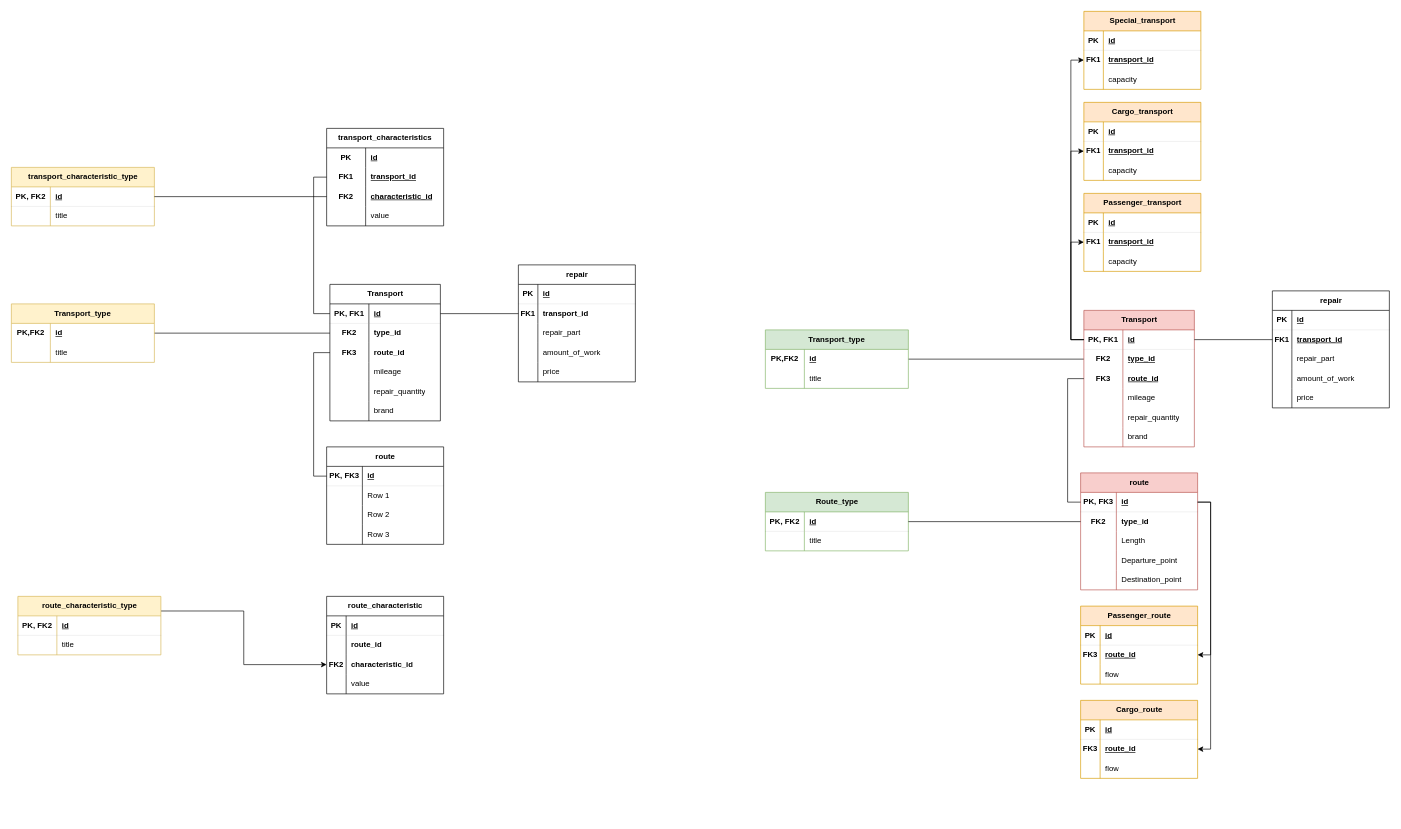
Before: Schemas/Диаграмма без названия.drawio in ParrotDox/BD, a draw.io diagram. Source tidied: cells renumbered, new cells numbered last; positions are measured from the earlier drawing's top-left corner, leaving out a move shared by most shapes. Both pictures are drawn from the tidied source at 65%, with x=0, y=0 at pixel (11, 11).
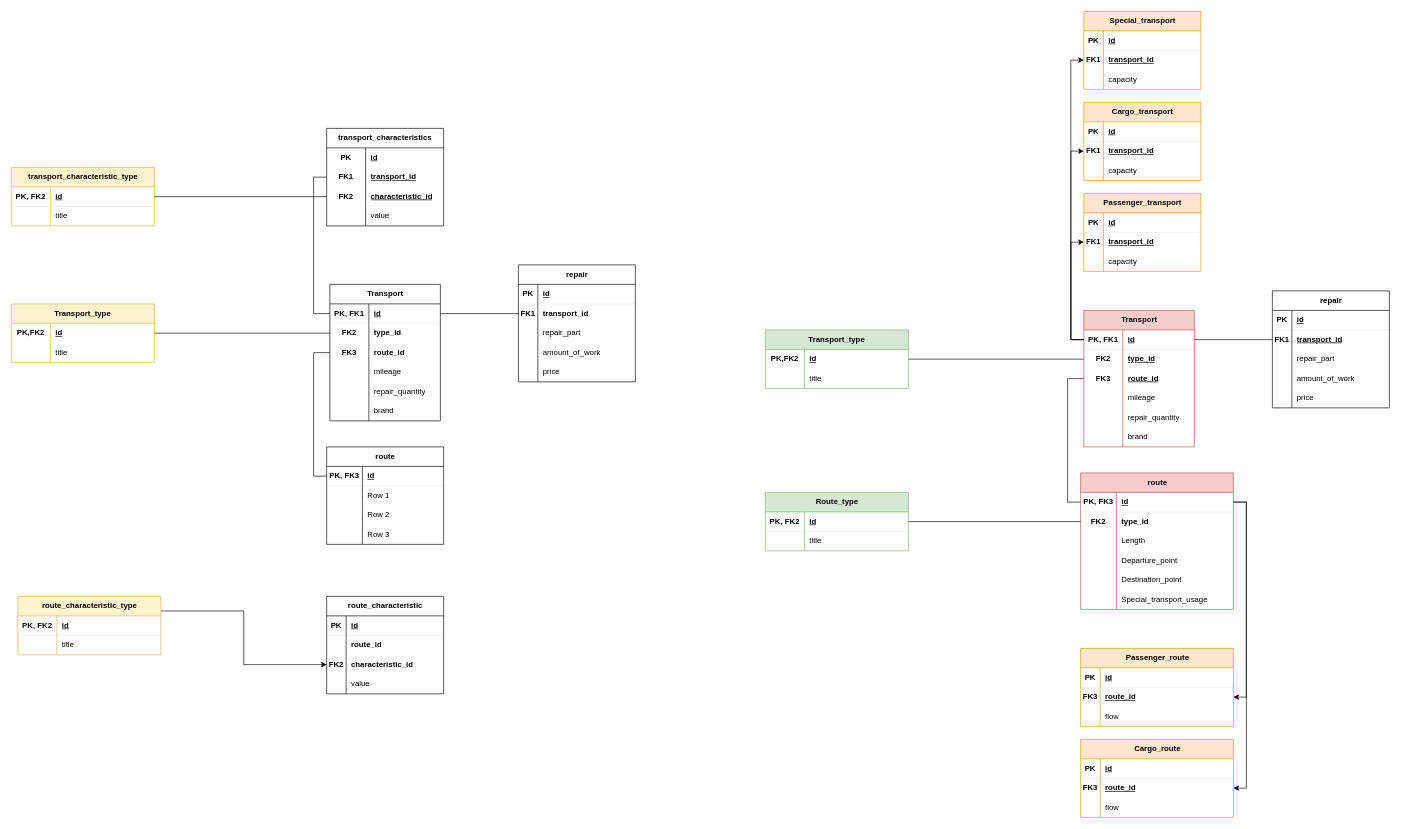
The same page after the edit.

Change to the diagram source:
```diff
@@
     <mxCell id="153" value="route" style="shape=table;startSize=30;childLayout=tableLayout;rowLines=0;fontStyle=1;align=center;html=1;fillColor=#f8cecc;strokeColor=#b85450;" parent="1" vertex="1">
-      <mxGeometry x="1645" y="710" width="180" height="180" as="geometry" />
+      <mxGeometry x="1645" y="710" width="235" height="210" as="geometry" />
     </mxCell>
     <mxCell id="154" style="shape=tableRow;horizontal=0;startSize=0;swimlaneHead=0;swimlaneBody=0;fillColor=none;points=[[0,0.5],[1,0.5]];portConstraint=eastwest;top=0;left=0;right=0;bottom=1;strokeWidth=0;" parent="153" vertex="1">
-      <mxGeometry y="30" width="180" height="30" as="geometry" />
+      <mxGeometry y="30" width="235" height="30" as="geometry" />
     </mxCell>
@@
     <mxCell id="156" value="id" style="shape=partialRectangle;fillColor=none;top=0;left=0;bottom=0;right=0;align=left;spacingLeft=6;fontStyle=5;overflow=hidden;whiteSpace=wrap;html=1;" parent="154" vertex="1">
-      <mxGeometry x="55" width="125" height="30" as="geometry" />
+      <mxGeometry x="55" width="180" height="30" as="geometry" />
     </mxCell>
     <mxCell id="157" style="shape=tableRow;horizontal=0;startSize=0;swimlaneHead=0;swimlaneBody=0;fillColor=none;points=[[0,0.5],[1,0.5]];portConstraint=eastwest;top=0;left=0;right=0;bottom=0;" parent="153" vertex="1">
-      <mxGeometry y="60" width="180" height="30" as="geometry" />
+      <mxGeometry y="60" width="235" height="30" as="geometry" />
     </mxCell>
@@
     <mxCell id="159" value="&lt;b&gt;type_id&lt;/b&gt;" style="shape=partialRectangle;fillColor=none;top=0;left=0;bottom=0;right=0;align=left;spacingLeft=6;overflow=hidden;whiteSpace=wrap;html=1;" parent="157" vertex="1">
-      <mxGeometry x="55" width="125" height="30" as="geometry" />
+      <mxGeometry x="55" width="180" height="30" as="geometry" />
     </mxCell>
     <mxCell id="160" style="shape=tableRow;horizontal=0;startSize=0;swimlaneHead=0;swimlaneBody=0;fillColor=none;top=0;left=0;right=0;bottom=0;" parent="153" vertex="1">
-      <mxGeometry y="90" width="180" height="30" as="geometry" />
+      <mxGeometry y="90" width="235" height="30" as="geometry" />
     </mxCell>
@@
     <mxCell id="162" value="Length" style="shape=partialRectangle;fillColor=none;top=0;left=0;bottom=0;right=0;align=left;spacingLeft=6;overflow=hidden;whiteSpace=wrap;html=1;" parent="160" vertex="1">
-      <mxGeometry x="55" width="125" height="30" as="geometry" />
+      <mxGeometry x="55" width="180" height="30" as="geometry" />
     </mxCell>
     <mxCell id="163" style="shape=tableRow;horizontal=0;startSize=0;swimlaneHead=0;swimlaneBody=0;fillColor=none;top=0;left=0;right=0;bottom=0;" parent="153" vertex="1">
-      <mxGeometry y="120" width="180" height="30" as="geometry" />
+      <mxGeometry y="120" width="235" height="30" as="geometry" />
     </mxCell>
@@
     <mxCell id="165" value="Departure_point" style="shape=partialRectangle;fillColor=none;top=0;left=0;bottom=0;right=0;align=left;spacingLeft=6;overflow=hidden;whiteSpace=wrap;html=1;" parent="163" vertex="1">
-      <mxGeometry x="55" width="125" height="30" as="geometry" />
+      <mxGeometry x="55" width="180" height="30" as="geometry" />
     </mxCell>
     <mxCell id="166" style="shape=tableRow;horizontal=0;startSize=0;swimlaneHead=0;swimlaneBody=0;fillColor=none;top=0;left=0;right=0;bottom=0;" parent="153" vertex="1">
-      <mxGeometry y="150" width="180" height="30" as="geometry" />
+      <mxGeometry y="150" width="235" height="30" as="geometry" />
     </mxCell>
@@
     <mxCell id="168" value="Destination_point" style="shape=partialRectangle;fillColor=none;top=0;left=0;bottom=0;right=0;align=left;spacingLeft=6;overflow=hidden;whiteSpace=wrap;html=1;" parent="166" vertex="1">
-      <mxGeometry x="55" width="125" height="30" as="geometry" />
+      <mxGeometry x="55" width="180" height="30" as="geometry" />
     </mxCell>
+    <mxCell id="233" style="shape=tableRow;horizontal=0;startSize=0;swimlaneHead=0;swimlaneBody=0;fillColor=none;top=0;left=0;right=0;bottom=0;" parent="153" vertex="1">
+      <mxGeometry y="180" width="235" height="30" as="geometry" />
+    </mxCell>
+    <mxCell id="234" style="shape=partialRectangle;fillColor=none;top=0;left=0;bottom=0;right=0;overflow=hidden;whiteSpace=wrap;html=1;" parent="233" vertex="1">
+      <mxGeometry width="55" height="30" as="geometry" />
+    </mxCell>
+    <mxCell id="235" value="Special_transport_usage" style="shape=partialRectangle;fillColor=none;top=0;left=0;bottom=0;right=0;align=left;spacingLeft=6;overflow=hidden;whiteSpace=wrap;html=1;" parent="233" vertex="1">
+      <mxGeometry x="55" width="180" height="30" as="geometry" />
+    </mxCell>
@@
     <mxCell id="211" value="Passenger_route" style="shape=table;startSize=30;childLayout=tableLayout;rowLines=0;fontStyle=1;align=center;html=1;fillColor=#ffe6cc;strokeColor=#d79b00;" parent="1" vertex="1">
-      <mxGeometry x="1645" y="915" width="180" height="120" as="geometry" />
+      <mxGeometry x="1645" y="980" width="235" height="120" as="geometry" />
     </mxCell>
     <mxCell id="212" style="shape=tableRow;horizontal=0;startSize=0;swimlaneHead=0;swimlaneBody=0;fillColor=none;top=0;left=0;right=0;bottom=1;strokeWidth=0;" parent="211" vertex="1">
-      <mxGeometry y="30" width="180" height="30" as="geometry" />
+      <mxGeometry y="30" width="235" height="30" as="geometry" />
     </mxCell>
@@
     <mxCell id="214" value="id" style="shape=partialRectangle;fillColor=none;top=0;left=0;bottom=0;right=0;align=left;spacingLeft=6;fontStyle=5;overflow=hidden;whiteSpace=wrap;html=1;" parent="212" vertex="1">
-      <mxGeometry x="30" width="150" height="30" as="geometry" />
+      <mxGeometry x="30" width="205" height="30" as="geometry" />
     </mxCell>
     <mxCell id="215" style="shape=tableRow;horizontal=0;startSize=0;swimlaneHead=0;swimlaneBody=0;fillColor=none;points=[[0,0.5],[1,0.5]];portConstraint=eastwest;top=0;left=0;right=0;bottom=0;" parent="211" vertex="1">
-      <mxGeometry y="60" width="180" height="30" as="geometry" />
+      <mxGeometry y="60" width="235" height="30" as="geometry" />
     </mxCell>
@@
     <mxCell id="217" value="&lt;b&gt;&lt;u&gt;route_id&lt;/u&gt;&lt;/b&gt;" style="shape=partialRectangle;fillColor=none;top=0;left=0;bottom=0;right=0;align=left;spacingLeft=6;overflow=hidden;whiteSpace=wrap;html=1;" parent="215" vertex="1">
-      <mxGeometry x="30" width="150" height="30" as="geometry" />
+      <mxGeometry x="30" width="205" height="30" as="geometry" />
     </mxCell>
     <mxCell id="218" style="shape=tableRow;horizontal=0;startSize=0;swimlaneHead=0;swimlaneBody=0;fillColor=none;top=0;left=0;right=0;bottom=0;" parent="211" vertex="1">
-      <mxGeometry y="90" width="180" height="30" as="geometry" />
+      <mxGeometry y="90" width="235" height="30" as="geometry" />
     </mxCell>
@@
     <mxCell id="220" value="flow" style="shape=partialRectangle;fillColor=none;top=0;left=0;bottom=0;right=0;align=left;spacingLeft=6;overflow=hidden;whiteSpace=wrap;html=1;" parent="218" vertex="1">
-      <mxGeometry x="30" width="150" height="30" as="geometry" />
+      <mxGeometry x="30" width="205" height="30" as="geometry" />
     </mxCell>
@@
     <mxCell id="222" value="Cargo_route" style="shape=table;startSize=30;childLayout=tableLayout;rowLines=0;fontStyle=1;align=center;html=1;fillColor=#ffe6cc;strokeColor=#d79b00;" parent="1" vertex="1">
-      <mxGeometry x="1645" y="1060" width="180" height="120" as="geometry" />
+      <mxGeometry x="1645" y="1120" width="235" height="120" as="geometry" />
     </mxCell>
     <mxCell id="223" style="shape=tableRow;horizontal=0;startSize=0;swimlaneHead=0;swimlaneBody=0;fillColor=none;top=0;left=0;right=0;bottom=1;strokeWidth=0;" parent="222" vertex="1">
-      <mxGeometry y="30" width="180" height="30" as="geometry" />
+      <mxGeometry y="30" width="235" height="30" as="geometry" />
     </mxCell>
@@
     <mxCell id="225" value="id" style="shape=partialRectangle;fillColor=none;top=0;left=0;bottom=0;right=0;align=left;spacingLeft=6;fontStyle=5;overflow=hidden;whiteSpace=wrap;html=1;" parent="223" vertex="1">
-      <mxGeometry x="30" width="150" height="30" as="geometry" />
+      <mxGeometry x="30" width="205" height="30" as="geometry" />
     </mxCell>
     <mxCell id="226" style="shape=tableRow;horizontal=0;startSize=0;swimlaneHead=0;swimlaneBody=0;fillColor=none;points=[[0,0.5],[1,0.5]];portConstraint=eastwest;top=0;left=0;right=0;bottom=0;" parent="222" vertex="1">
-      <mxGeometry y="60" width="180" height="30" as="geometry" />
+      <mxGeometry y="60" width="235" height="30" as="geometry" />
     </mxCell>
@@
     <mxCell id="228" value="&lt;b&gt;&lt;u&gt;route_id&lt;/u&gt;&lt;/b&gt;" style="shape=partialRectangle;fillColor=none;top=0;left=0;bottom=0;right=0;align=left;spacingLeft=6;overflow=hidden;whiteSpace=wrap;html=1;" parent="226" vertex="1">
-      <mxGeometry x="30" width="150" height="30" as="geometry" />
+      <mxGeometry x="30" width="205" height="30" as="geometry" />
     </mxCell>
     <mxCell id="229" style="shape=tableRow;horizontal=0;startSize=0;swimlaneHead=0;swimlaneBody=0;fillColor=none;top=0;left=0;right=0;bottom=0;" parent="222" vertex="1">
-      <mxGeometry y="90" width="180" height="30" as="geometry" />
+      <mxGeometry y="90" width="235" height="30" as="geometry" />
     </mxCell>
@@
     <mxCell id="231" value="flow" style="shape=partialRectangle;fillColor=none;top=0;left=0;bottom=0;right=0;align=left;spacingLeft=6;overflow=hidden;whiteSpace=wrap;html=1;" parent="229" vertex="1">
-      <mxGeometry x="30" width="150" height="30" as="geometry" />
+      <mxGeometry x="30" width="205" height="30" as="geometry" />
     </mxCell>
```
